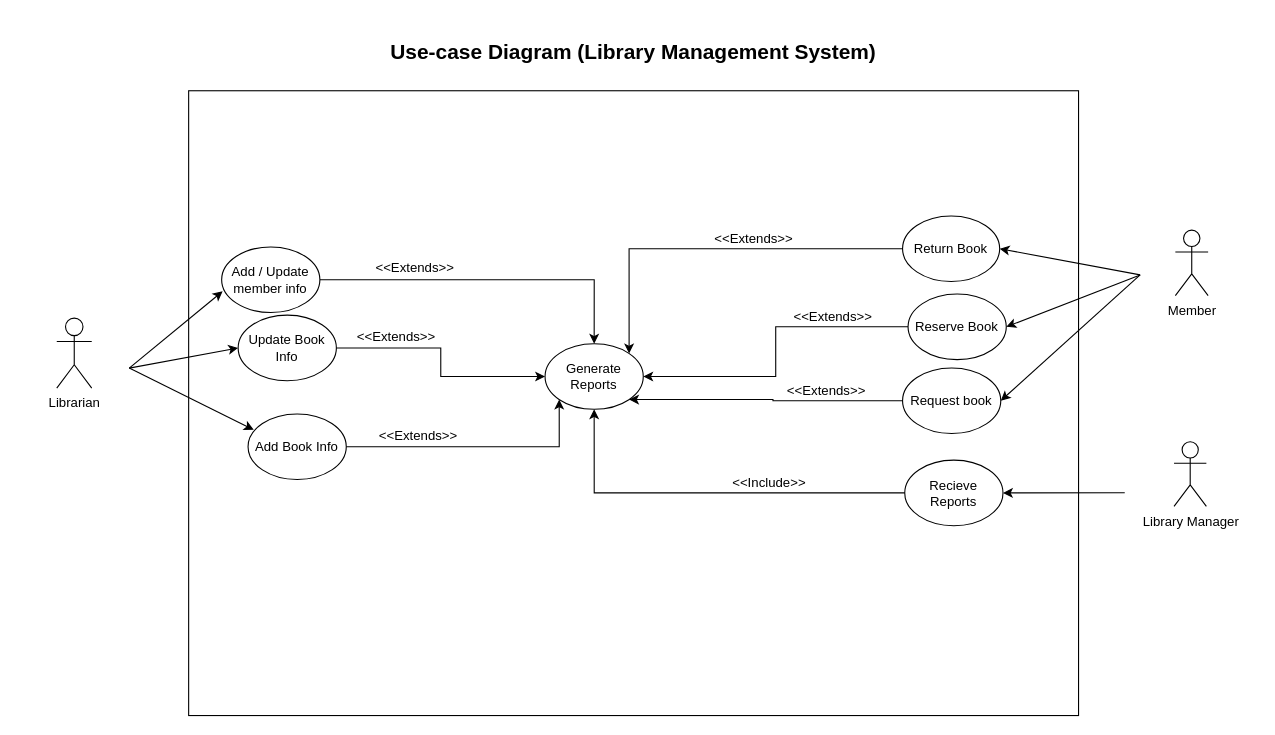
The draw.io diagram Library Management System (Use-Case Diagram).drawio in Abdulrahman-Sayed-1/Library-Management-System, before the edit. Source tidied: cells renumbered, new cells numbered last; positions are measured from the earlier drawing's top-left corner, leaving out a move shared by most shapes. Both pictures are drawn from the tidied source at 110%, with x=0, y=0 at pixel (19, 19).
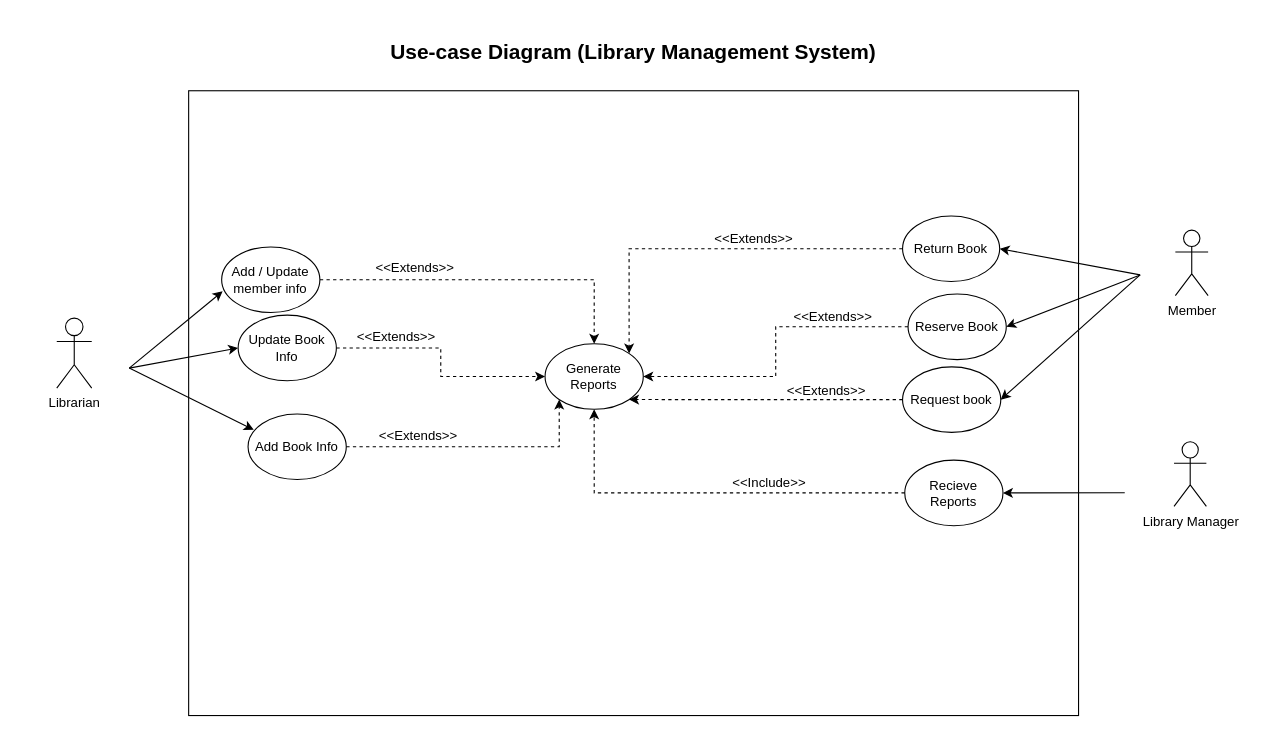
After the change.

Unchanged cells that the change refers to:
```xml
<mxCell id="5" value="Add Book Info" style="ellipse;whiteSpace=wrap;html=1;" parent="1" vertex="1">
  <mxGeometry x="208" y="358.8" width="89.3" height="59.6" as="geometry" />
</mxCell>
<mxCell id="6" value="Return Book" style="ellipse;whiteSpace=wrap;html=1;" parent="1" vertex="1">
  <mxGeometry x="803" y="178.8" width="88.3" height="59.6" as="geometry" />
</mxCell>
<mxCell id="7" value="Recieve Reports" style="ellipse;whiteSpace=wrap;html=1;" parent="1" vertex="1">
  <mxGeometry x="805" y="400.8" width="89.3" height="59.6" as="geometry" />
</mxCell>
<mxCell id="8" value="Generate Reports" style="ellipse;whiteSpace=wrap;html=1;" parent="1" vertex="1">
  <mxGeometry x="478" y="295" width="89.3" height="59.6" as="geometry" />
</mxCell>
<mxCell id="36" value="Reserve Book" style="ellipse;whiteSpace=wrap;html=1;" parent="1" vertex="1">
  <mxGeometry x="808" y="249.8" width="89.3" height="59.6" as="geometry" />
</mxCell>
<mxCell id="38" value="Update Book Info" style="ellipse;whiteSpace=wrap;html=1;" parent="1" vertex="1">
  <mxGeometry x="199" y="269" width="89.3" height="59.6" as="geometry" />
</mxCell>
<mxCell id="40" value="Add / Update member info" style="ellipse;whiteSpace=wrap;html=1;" parent="1" vertex="1">
  <mxGeometry x="184" y="207" width="89.3" height="59.6" as="geometry" />
</mxCell>
```

What changed in the source:
```diff
@@
-    <mxCell id="9" style="edgeStyle=orthogonalEdgeStyle;rounded=0;jettySize=auto;html=1;exitX=1;exitY=0.5;exitDx=0;exitDy=0;entryX=0.5;entryY=0;entryDx=0;entryDy=0;" parent="1" edge="1" source="40" target="8">
+    <mxCell id="9" style="edgeStyle=orthogonalEdgeStyle;rounded=0;jettySize=auto;html=1;exitX=1;exitY=0.5;exitDx=0;exitDy=0;entryX=0.5;entryY=0;entryDx=0;entryDy=0;dashed=1;" parent="1" edge="1" source="40" target="8">
       <mxGeometry relative="1" as="geometry" />
     </mxCell>
-    <mxCell id="10" style="edgeStyle=orthogonalEdgeStyle;rounded=0;jettySize=auto;html=1;exitX=1;exitY=0.5;exitDx=0;exitDy=0;entryX=0;entryY=0.5;entryDx=0;entryDy=0;" parent="1" edge="1" source="38" target="8">
+    <mxCell id="10" style="edgeStyle=orthogonalEdgeStyle;rounded=0;jettySize=auto;html=1;exitX=1;exitY=0.5;exitDx=0;exitDy=0;entryX=0;entryY=0.5;entryDx=0;entryDy=0;dashed=1;" parent="1" edge="1" source="38" target="8">
       <mxGeometry relative="1" as="geometry" />
     </mxCell>
-    <mxCell id="11" style="edgeStyle=orthogonalEdgeStyle;rounded=0;jettySize=auto;html=1;exitX=1;exitY=0.5;exitDx=0;exitDy=0;entryX=0;entryY=1;entryDx=0;entryDy=0;" parent="1" edge="1" source="5" target="8">
+    <mxCell id="11" style="edgeStyle=orthogonalEdgeStyle;rounded=0;jettySize=auto;html=1;exitX=1;exitY=0.5;exitDx=0;exitDy=0;entryX=0;entryY=1;entryDx=0;entryDy=0;dashed=1;" parent="1" edge="1" source="5" target="8">
       <mxGeometry relative="1" as="geometry" />
     </mxCell>
-    <mxCell id="12" style="edgeStyle=orthogonalEdgeStyle;rounded=0;jettySize=auto;html=1;exitX=0;exitY=0.5;exitDx=0;exitDy=0;entryX=1;entryY=0;entryDx=0;entryDy=0;" parent="1" edge="1" source="6" target="8">
+    <mxCell id="12" style="edgeStyle=orthogonalEdgeStyle;rounded=0;jettySize=auto;html=1;exitX=0;exitY=0.5;exitDx=0;exitDy=0;entryX=1;entryY=0;entryDx=0;entryDy=0;dashed=1;" parent="1" edge="1" source="6" target="8">
       <mxGeometry relative="1" as="geometry" />
     </mxCell>
-    <mxCell id="13" style="edgeStyle=orthogonalEdgeStyle;rounded=0;jettySize=auto;html=1;exitX=0;exitY=0.5;exitDx=0;exitDy=0;entryX=1;entryY=0.5;entryDx=0;entryDy=0;" parent="1" edge="1" source="36" target="8">
+    <mxCell id="13" style="edgeStyle=orthogonalEdgeStyle;rounded=0;jettySize=auto;html=1;exitX=0;exitY=0.5;exitDx=0;exitDy=0;entryX=1;entryY=0.5;entryDx=0;entryDy=0;dashed=1;" parent="1" edge="1" source="36" target="8">
       <mxGeometry relative="1" as="geometry" />
     </mxCell>
-    <mxCell id="14" style="edgeStyle=orthogonalEdgeStyle;rounded=0;jettySize=auto;html=1;exitX=0;exitY=0.5;exitDx=0;exitDy=0;entryX=1;entryY=1;entryDx=0;entryDy=0;" parent="1" edge="1" source="34" target="8">
+    <mxCell id="14" style="edgeStyle=orthogonalEdgeStyle;rounded=0;jettySize=auto;html=1;exitX=0;exitY=0.5;exitDx=0;exitDy=0;entryX=1;entryY=1;entryDx=0;entryDy=0;dashed=1;" parent="1" edge="1" source="34" target="8">
       <mxGeometry relative="1" as="geometry" />
     </mxCell>
-    <mxCell id="15" style="edgeStyle=orthogonalEdgeStyle;rounded=0;jettySize=auto;html=1;exitX=0;exitY=0.5;exitDx=0;exitDy=0;entryX=0.5;entryY=1;entryDx=0;entryDy=0;" parent="1" edge="1" source="7" target="8">
+    <mxCell id="15" style="edgeStyle=orthogonalEdgeStyle;rounded=0;jettySize=auto;html=1;exitX=0;exitY=0.5;exitDx=0;exitDy=0;entryX=0.5;entryY=1;entryDx=0;entryDy=0;dashed=1;" parent="1" edge="1" source="7" target="8">
       <mxGeometry relative="1" as="geometry" />
     </mxCell>
@@
     <mxCell id="34" value="Request book" style="ellipse;whiteSpace=wrap;html=1;" parent="1" vertex="1">
-      <mxGeometry x="803" y="317" width="89.3" height="59.6" as="geometry" />
+      <mxGeometry x="803" y="316" width="89.3" height="59.6" as="geometry" />
     </mxCell>
```
